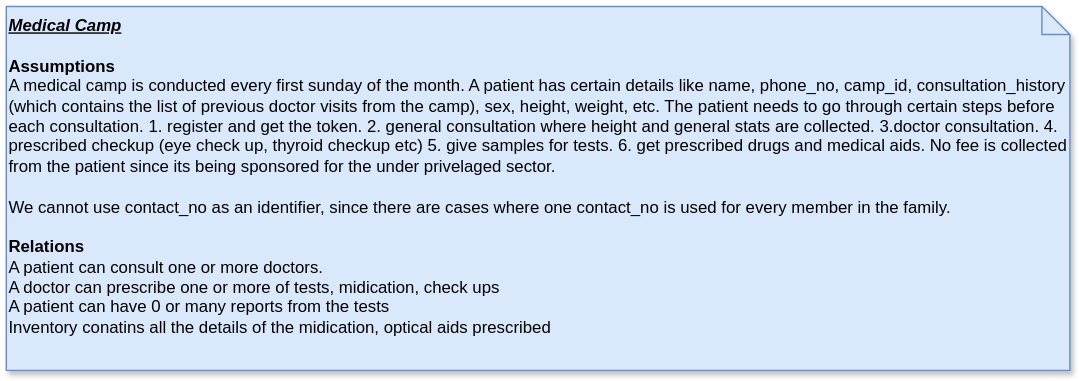
This is Medical_Camp.drawio.svg from supriya-kotturu/entity-relationship-diagrams, a draw.io export, as it was before one commit. Source tidied: cells renumbered, new cells last; positions are measured from the earlier drawing's top-left corner, leaving out a move shared by most shapes. The source it was exported from:
```xml
<mxGraphModel>
  <root>
    <mxCell id="0" />
    <mxCell id="1" parent="0" />
    <mxCell id="2" value="&lt;b&gt;&lt;i&gt;&lt;u&gt;Medical Camp&lt;/u&gt;&lt;/i&gt;&lt;/b&gt;&lt;div&gt;&lt;b&gt;&lt;i&gt;&lt;u&gt;&lt;br&gt;&lt;/u&gt;&lt;/i&gt;&lt;/b&gt;&lt;/div&gt;&lt;div&gt;&lt;b&gt;Assumptions&lt;/b&gt;&lt;/div&gt;&lt;div&gt;A medical camp is conducted every first sunday of the month. A patient has certain details like name, phone_no, camp_id, consultation_history (which contains the list of previous doctor visits from the camp), sex, height, weight, etc. The patient needs to go through certain steps before each consultation. 1. register and get the token. 2. general consultation where height and general stats are collected. 3.doctor consultation. 4. prescribed checkup (eye check up, thyroid checkup etc) 5. give samples for tests. 6. get prescribed drugs and medical aids. No fee is collected from the patient since its being sponsored for the under privelaged sector.&lt;br&gt;&lt;br&gt;We cannot use contact_no as an identifier, since there are cases where one contact_no is used for every member in the family.&amp;nbsp;&lt;/div&gt;&lt;div&gt;&lt;b&gt;&lt;br&gt;&lt;/b&gt;&lt;/div&gt;&lt;div&gt;&lt;b&gt;Relations&lt;/b&gt;&lt;/div&gt;&lt;div&gt;A patient can consult one or more doctors.&lt;/div&gt;&lt;div&gt;A doctor can prescribe one or more of tests, midication, check ups&lt;/div&gt;&lt;div&gt;A patient can have 0 or many reports from the tests&lt;/div&gt;&lt;div&gt;Inventory conatins all the details of the midication, optical aids prescribed&lt;/div&gt;&lt;div&gt;&lt;br&gt;&lt;/div&gt;" style="shape=note;size=20;whiteSpace=wrap;html=1;fillColor=#dae8fc;strokeColor=#6c8ebf;shadow=1;align=left;verticalAlign=top;" parent="1" vertex="1">
      <mxGeometry width="760" height="260" as="geometry" />
    </mxCell>
  </root>
</mxGraphModel>
```
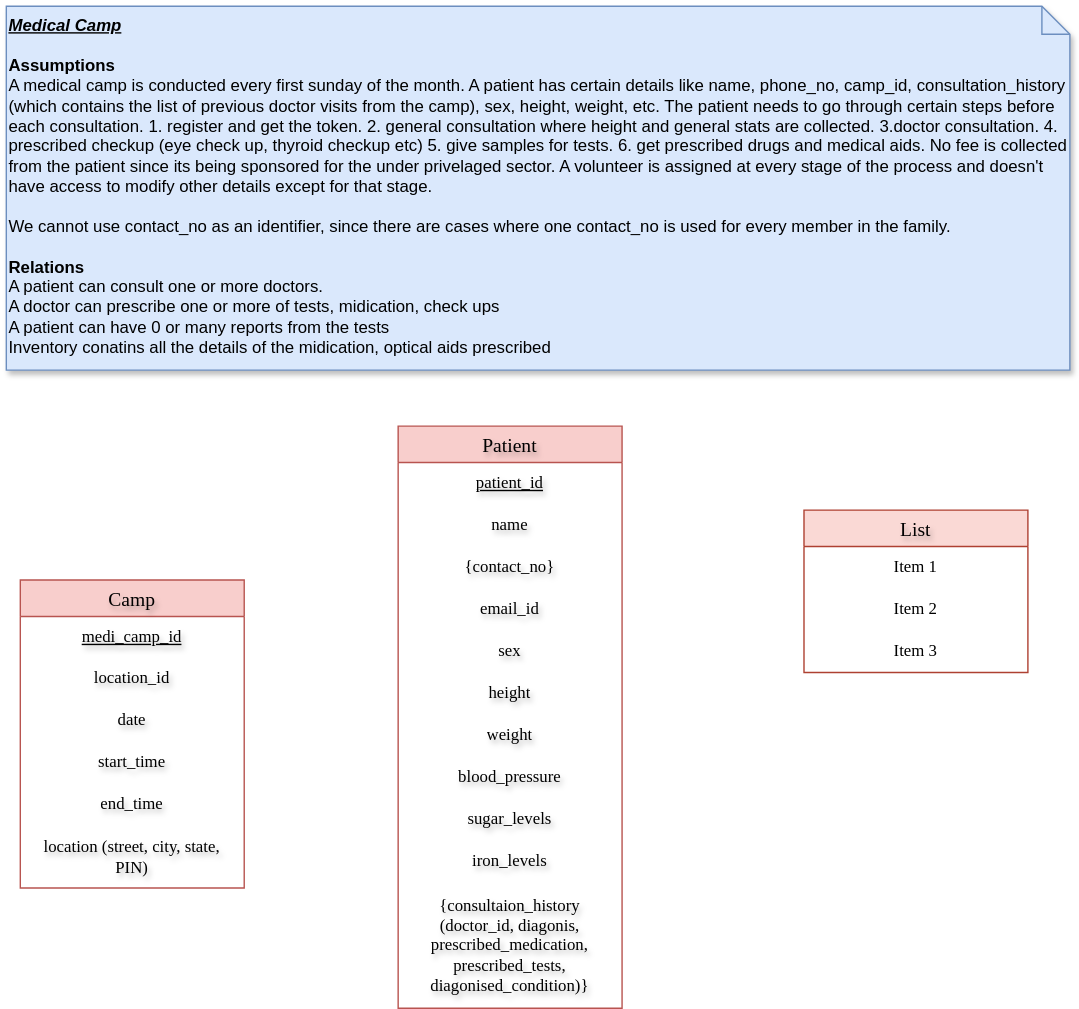
Above is the later version.

The edit, as a diff of the source:
```diff
@@ -2,8 +2,77 @@
   <root>
     <mxCell id="0" />
     <mxCell id="1" parent="0" />
-    <mxCell id="2" value="&lt;b&gt;&lt;i&gt;&lt;u&gt;Medical Camp&lt;/u&gt;&lt;/i&gt;&lt;/b&gt;&lt;div&gt;&lt;b&gt;&lt;i&gt;&lt;u&gt;&lt;br&gt;&lt;/u&gt;&lt;/i&gt;&lt;/b&gt;&lt;/div&gt;&lt;div&gt;&lt;b&gt;Assumptions&lt;/b&gt;&lt;/div&gt;&lt;div&gt;A medical camp is conducted every first sunday of the month. A patient has certain details like name, phone_no, camp_id, consultation_history (which contains the list of previous doctor visits from the camp), sex, height, weight, etc. The patient needs to go through certain steps before each consultation. 1. register and get the token. 2. general consultation where height and general stats are collected. 3.doctor consultation. 4. prescribed checkup (eye check up, thyroid checkup etc) 5. give samples for tests. 6. get prescribed drugs and medical aids. No fee is collected from the patient since its being sponsored for the under privelaged sector.&lt;br&gt;&lt;br&gt;We cannot use contact_no as an identifier, since there are cases where one contact_no is used for every member in the family.&amp;nbsp;&lt;/div&gt;&lt;div&gt;&lt;b&gt;&lt;br&gt;&lt;/b&gt;&lt;/div&gt;&lt;div&gt;&lt;b&gt;Relations&lt;/b&gt;&lt;/div&gt;&lt;div&gt;A patient can consult one or more doctors.&lt;/div&gt;&lt;div&gt;A doctor can prescribe one or more of tests, midication, check ups&lt;/div&gt;&lt;div&gt;A patient can have 0 or many reports from the tests&lt;/div&gt;&lt;div&gt;Inventory conatins all the details of the midication, optical aids prescribed&lt;/div&gt;&lt;div&gt;&lt;br&gt;&lt;/div&gt;" style="shape=note;size=20;whiteSpace=wrap;html=1;fillColor=#dae8fc;strokeColor=#6c8ebf;shadow=1;align=left;verticalAlign=top;" parent="1" vertex="1">
+    <mxCell id="2" value="&lt;b&gt;&lt;i&gt;&lt;u&gt;Medical Camp&lt;/u&gt;&lt;/i&gt;&lt;/b&gt;&lt;div&gt;&lt;b&gt;&lt;i&gt;&lt;u&gt;&lt;br&gt;&lt;/u&gt;&lt;/i&gt;&lt;/b&gt;&lt;/div&gt;&lt;div&gt;&lt;b&gt;Assumptions&lt;/b&gt;&lt;/div&gt;&lt;div&gt;A medical camp is conducted every first sunday of the month. A patient has certain details like name, phone_no, camp_id, consultation_history (which contains the list of previous doctor visits from the camp), sex, height, weight, etc. The patient needs to go through certain steps before each consultation. 1. register and get the token. 2. general consultation where height and general stats are collected. 3.doctor consultation. 4. prescribed checkup (eye check up, thyroid checkup etc) 5. give samples for tests. 6. get prescribed drugs and medical aids. No fee is collected from the patient since its being sponsored for the under privelaged sector. A volunteer is assigned at every stage of the process and doesn't have access to modify other details except for that stage.&lt;br&gt;&lt;br&gt;We cannot use contact_no as an identifier, since there are cases where one contact_no is used for every member in the family.&amp;nbsp;&lt;/div&gt;&lt;div&gt;&lt;b&gt;&lt;br&gt;&lt;/b&gt;&lt;/div&gt;&lt;div&gt;&lt;b&gt;Relations&lt;/b&gt;&lt;/div&gt;&lt;div&gt;A patient can consult one or more doctors.&lt;/div&gt;&lt;div&gt;A doctor can prescribe one or more of tests, midication, check ups&lt;/div&gt;&lt;div&gt;A patient can have 0 or many reports from the tests&lt;/div&gt;&lt;div&gt;Inventory conatins all the details of the midication, optical aids prescribed&lt;/div&gt;&lt;div&gt;&lt;br&gt;&lt;/div&gt;" style="shape=note;size=20;whiteSpace=wrap;html=1;fillColor=#dae8fc;strokeColor=#6c8ebf;shadow=1;align=left;verticalAlign=top;" parent="1" vertex="1">
       <mxGeometry width="760" height="260" as="geometry" />
     </mxCell>
+    <mxCell id="3" value="Patient" style="swimlane;fontStyle=0;horizontal=1;startSize=26;align=center;fontSize=14;fillColor=#f8cecc;strokeColor=#b85450;fontFamily=Verdana;textShadow=1;verticalAlign=middle;" parent="1" vertex="1">
+      <mxGeometry x="280" y="300" width="160" height="416" as="geometry" />
+    </mxCell>
+    <mxCell id="4" value="patient_id" style="text;strokeColor=none;fillColor=none;spacingLeft=4;spacingRight=4;overflow=hidden;fontSize=12;whiteSpace=wrap;html=1;fontFamily=Verdana;align=center;textShadow=1;verticalAlign=middle;fontStyle=4;" parent="3" vertex="1">
+      <mxGeometry y="26" width="160" height="30" as="geometry" />
+    </mxCell>
+    <mxCell id="5" value="name" style="text;strokeColor=none;fillColor=none;spacingLeft=4;spacingRight=4;overflow=hidden;fontSize=12;whiteSpace=wrap;html=1;fontFamily=Verdana;align=center;textShadow=1;verticalAlign=middle;" parent="3" vertex="1">
+      <mxGeometry y="56" width="160" height="30" as="geometry" />
+    </mxCell>
+    <mxCell id="6" value="{contact_no}" style="text;strokeColor=none;fillColor=none;spacingLeft=4;spacingRight=4;overflow=hidden;fontSize=12;whiteSpace=wrap;html=1;fontFamily=Verdana;align=center;textShadow=1;verticalAlign=middle;" parent="3" vertex="1">
+      <mxGeometry y="86" width="160" height="30" as="geometry" />
+    </mxCell>
+    <mxCell id="7" value="email_id" style="text;strokeColor=none;fillColor=none;spacingLeft=4;spacingRight=4;overflow=hidden;fontSize=12;whiteSpace=wrap;html=1;fontFamily=Verdana;align=center;textShadow=1;verticalAlign=middle;" parent="3" vertex="1">
+      <mxGeometry y="116" width="160" height="30" as="geometry" />
+    </mxCell>
+    <mxCell id="8" value="sex" style="text;strokeColor=none;fillColor=none;spacingLeft=4;spacingRight=4;overflow=hidden;fontSize=12;whiteSpace=wrap;html=1;fontFamily=Verdana;align=center;textShadow=1;verticalAlign=middle;" parent="3" vertex="1">
+      <mxGeometry y="146" width="160" height="30" as="geometry" />
+    </mxCell>
+    <mxCell id="9" value="height" style="text;strokeColor=none;fillColor=none;spacingLeft=4;spacingRight=4;overflow=hidden;fontSize=12;whiteSpace=wrap;html=1;fontFamily=Verdana;align=center;textShadow=1;verticalAlign=middle;" parent="3" vertex="1">
+      <mxGeometry y="176" width="160" height="30" as="geometry" />
+    </mxCell>
+    <mxCell id="10" value="weight" style="text;strokeColor=none;fillColor=none;spacingLeft=4;spacingRight=4;overflow=hidden;fontSize=12;whiteSpace=wrap;html=1;fontFamily=Verdana;align=center;textShadow=1;verticalAlign=middle;" parent="3" vertex="1">
+      <mxGeometry y="206" width="160" height="30" as="geometry" />
+    </mxCell>
+    <mxCell id="11" value="blood_pressure" style="text;strokeColor=none;fillColor=none;spacingLeft=4;spacingRight=4;overflow=hidden;fontSize=12;whiteSpace=wrap;html=1;fontFamily=Verdana;align=center;textShadow=1;verticalAlign=middle;" parent="3" vertex="1">
+      <mxGeometry y="236" width="160" height="30" as="geometry" />
+    </mxCell>
+    <mxCell id="12" value="sugar_levels" style="text;strokeColor=none;fillColor=none;spacingLeft=4;spacingRight=4;overflow=hidden;fontSize=12;whiteSpace=wrap;html=1;fontFamily=Verdana;align=center;textShadow=1;verticalAlign=middle;" parent="3" vertex="1">
+      <mxGeometry y="266" width="160" height="30" as="geometry" />
+    </mxCell>
+    <mxCell id="13" value="iron_levels" style="text;strokeColor=none;fillColor=none;spacingLeft=4;spacingRight=4;overflow=hidden;fontSize=12;whiteSpace=wrap;html=1;fontFamily=Verdana;align=center;textShadow=1;verticalAlign=middle;" parent="3" vertex="1">
+      <mxGeometry y="296" width="160" height="30" as="geometry" />
+    </mxCell>
+    <mxCell id="14" value="{consultaion_history (doctor_id, diagonis, prescribed_medication, prescribed_tests, diagonised_condition)}" style="text;strokeColor=none;fillColor=none;spacingLeft=4;spacingRight=4;overflow=hidden;fontSize=12;whiteSpace=wrap;html=1;fontFamily=Verdana;align=center;textShadow=1;verticalAlign=middle;" parent="3" vertex="1">
+      <mxGeometry y="326" width="160" height="90" as="geometry" />
+    </mxCell>
+    <mxCell id="15" value="Camp" style="swimlane;fontStyle=0;horizontal=1;startSize=26;align=center;fontSize=14;fillColor=#f8cecc;strokeColor=#b85450;fontFamily=Verdana;textShadow=1;" parent="1" vertex="1">
+      <mxGeometry x="10" y="410" width="160" height="220" as="geometry" />
+    </mxCell>
+    <mxCell id="16" value="&lt;u&gt;medi_camp_id&lt;/u&gt;" style="text;strokeColor=none;fillColor=none;spacingLeft=4;spacingRight=4;overflow=hidden;fontSize=12;whiteSpace=wrap;html=1;fontFamily=Verdana;align=center;textShadow=1;verticalAlign=middle;" parent="15" vertex="1">
+      <mxGeometry y="26" width="160" height="30" as="geometry" />
+    </mxCell>
+    <mxCell id="17" value="location_id" style="text;strokeColor=none;fillColor=none;spacingLeft=4;spacingRight=4;overflow=hidden;fontSize=12;whiteSpace=wrap;html=1;fontFamily=Verdana;align=center;textShadow=1;" parent="15" vertex="1">
+      <mxGeometry y="56" width="160" height="30" as="geometry" />
+    </mxCell>
+    <mxCell id="18" value="date" style="text;strokeColor=none;fillColor=none;spacingLeft=4;spacingRight=4;overflow=hidden;fontSize=12;whiteSpace=wrap;html=1;fontFamily=Verdana;align=center;textShadow=1;" parent="15" vertex="1">
+      <mxGeometry y="86" width="160" height="30" as="geometry" />
+    </mxCell>
+    <mxCell id="19" value="start_time" style="text;strokeColor=none;fillColor=none;spacingLeft=4;spacingRight=4;overflow=hidden;fontSize=12;whiteSpace=wrap;html=1;fontFamily=Verdana;align=center;textShadow=1;" parent="15" vertex="1">
+      <mxGeometry y="116" width="160" height="30" as="geometry" />
+    </mxCell>
+    <mxCell id="20" value="end_time" style="text;strokeColor=none;fillColor=none;spacingLeft=4;spacingRight=4;overflow=hidden;fontSize=12;whiteSpace=wrap;html=1;fontFamily=Verdana;align=center;textShadow=1;" parent="15" vertex="1">
+      <mxGeometry y="146" width="160" height="30" as="geometry" />
+    </mxCell>
+    <mxCell id="21" value="location (street, city, state, PIN)" style="text;strokeColor=none;fillColor=none;spacingLeft=4;spacingRight=4;overflow=hidden;fontSize=12;whiteSpace=wrap;html=1;fontFamily=Verdana;align=center;textShadow=1;verticalAlign=middle;" parent="15" vertex="1">
+      <mxGeometry y="176" width="160" height="44" as="geometry" />
+    </mxCell>
+    <mxCell id="22" value="List" style="swimlane;fontStyle=0;horizontal=1;startSize=26;align=center;fontSize=14;textShadow=1;fillColor=#fad9d5;strokeColor=#ae4132;verticalAlign=middle;fontFamily=Verdana;" parent="1" vertex="1">
+      <mxGeometry x="570" y="360" width="160" height="116" as="geometry" />
+    </mxCell>
+    <mxCell id="23" value="Item 1" style="text;strokeColor=none;fillColor=none;spacingLeft=4;spacingRight=4;overflow=hidden;fontSize=12;whiteSpace=wrap;html=1;align=center;verticalAlign=middle;fontFamily=Verdana;" parent="22" vertex="1">
+      <mxGeometry y="26" width="160" height="30" as="geometry" />
+    </mxCell>
+    <mxCell id="24" value="Item 2" style="text;strokeColor=none;fillColor=none;spacingLeft=4;spacingRight=4;overflow=hidden;fontSize=12;whiteSpace=wrap;html=1;align=center;verticalAlign=middle;fontFamily=Verdana;" parent="22" vertex="1">
+      <mxGeometry y="56" width="160" height="30" as="geometry" />
+    </mxCell>
+    <mxCell id="25" value="Item 3" style="text;strokeColor=none;fillColor=none;spacingLeft=4;spacingRight=4;overflow=hidden;fontSize=12;whiteSpace=wrap;html=1;align=center;verticalAlign=middle;fontFamily=Verdana;" parent="22" vertex="1">
+      <mxGeometry y="86" width="160" height="30" as="geometry" />
+    </mxCell>
   </root>
 </mxGraphModel>
```
